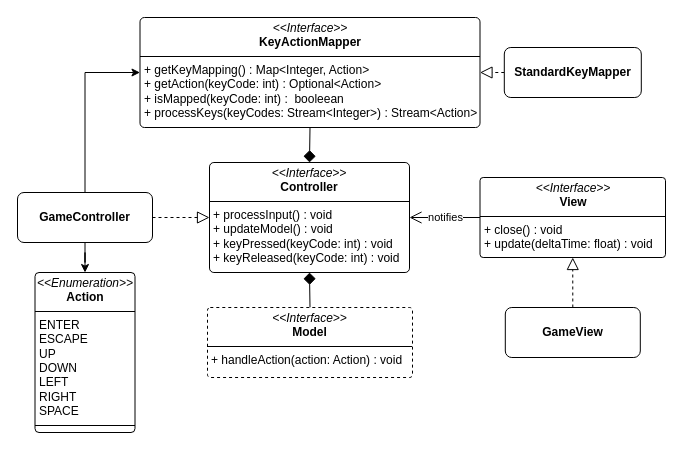
The draw.io diagram report/drawio/Command.drawio in unibo-oop-projects/OOP24-AlessandroRebosio-FilippoRicciotti-Grace-GraziaBochdanovits-RenovateBot-coffeBreak, before the edit. Source tidied: cells renumbered, new cells numbered last; positions are measured from the earlier drawing's top-left corner, leaving out a move shared by most shapes. Both pictures are drawn from the tidied source at 100%, with x=0, y=0 at pixel (17, 17).
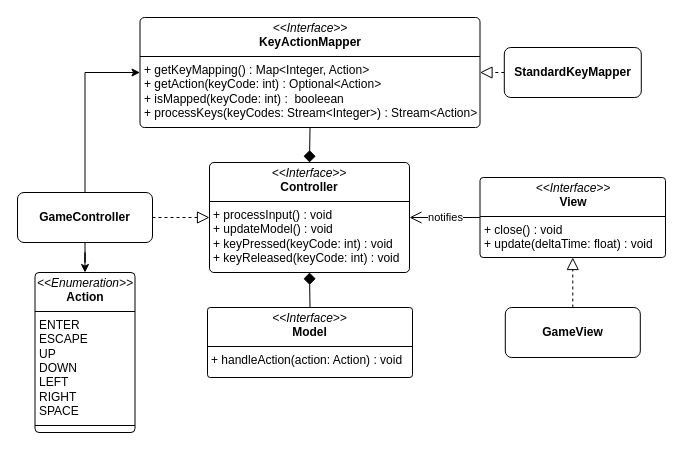
Above is the later version.

Change to the diagram source:
```diff
@@
 <mxGraphModel>
   <root>
     <mxCell id="0" />
     <mxCell id="1" parent="0" />
     <mxCell id="2" value="&lt;p style=&quot;margin:0px;margin-top:4px;text-align:center;&quot;&gt;&lt;i&gt;&amp;lt;&amp;lt;Interface&amp;gt;&amp;gt;&lt;/i&gt;&lt;br&gt;&lt;b&gt;Controller&lt;/b&gt;&lt;/p&gt;&lt;hr size=&quot;1&quot; style=&quot;border-style:solid;&quot;&gt;&lt;p style=&quot;margin:0px;margin-left:4px;&quot;&gt;+ processInput() : void&lt;/p&gt;&lt;p style=&quot;margin:0px;margin-left:4px;&quot;&gt;+ updateModel() : void&lt;/p&gt;&lt;p style=&quot;margin:0px;margin-left:4px;&quot;&gt;+ keyPressed(keyCode: int) : void&amp;nbsp;&lt;/p&gt;&lt;p style=&quot;margin:0px;margin-left:4px;&quot;&gt;+ keyReleased(keyCode: int) : void&lt;/p&gt;" style="verticalAlign=top;align=left;overflow=fill;html=1;whiteSpace=wrap;rounded=1;arcSize=4;" parent="1" vertex="1">
       <mxGeometry x="192" y="145" width="200" height="110" as="geometry" />
     </mxCell>
     <mxCell id="3" style="edgeStyle=orthogonalEdgeStyle;rounded=0;jettySize=auto;html=1;exitX=0.5;exitY=0;exitDx=0;exitDy=0;entryX=0.5;entryY=1;entryDx=0;entryDy=0;endArrow=diamond;endFill=1;endSize=10;" parent="1" edge="1" source="4" target="2">
       <mxGeometry relative="1" as="geometry" />
     </mxCell>
-    <mxCell id="4" value="&lt;p style=&quot;margin:0px;margin-top:4px;text-align:center;&quot;&gt;&lt;i&gt;&amp;lt;&amp;lt;Interface&amp;gt;&amp;gt;&lt;/i&gt;&lt;br&gt;&lt;b&gt;Model&lt;/b&gt;&lt;/p&gt;&lt;hr size=&quot;1&quot; style=&quot;border-style:solid;&quot;&gt;&lt;p style=&quot;margin:0px;margin-left:4px;&quot;&gt;&lt;font color=&quot;#000000&quot;&gt;&lt;span style=&quot;caret-color: rgb(0, 0, 0);&quot;&gt;+ handleAction(action: Action) : void&lt;/span&gt;&lt;/font&gt;&lt;/p&gt;" style="verticalAlign=top;align=left;overflow=fill;html=1;whiteSpace=wrap;rounded=1;arcSize=4;dashed=1;" parent="1" vertex="1">
+    <mxCell id="4" value="&lt;p style=&quot;margin:0px;margin-top:4px;text-align:center;&quot;&gt;&lt;i&gt;&amp;lt;&amp;lt;Interface&amp;gt;&amp;gt;&lt;/i&gt;&lt;br&gt;&lt;b&gt;Model&lt;/b&gt;&lt;/p&gt;&lt;hr size=&quot;1&quot; style=&quot;border-style:solid;&quot;&gt;&lt;p style=&quot;margin:0px;margin-left:4px;&quot;&gt;&lt;font color=&quot;#000000&quot;&gt;&lt;span style=&quot;caret-color: rgb(0, 0, 0);&quot;&gt;+ handleAction(action: Action) : void&lt;/span&gt;&lt;/font&gt;&lt;/p&gt;" style="verticalAlign=top;align=left;overflow=fill;html=1;whiteSpace=wrap;rounded=1;arcSize=4;" parent="1" vertex="1">
       <mxGeometry x="190" y="290" width="205" height="70" as="geometry" />
     </mxCell>
     <mxCell id="5" style="edgeStyle=orthogonalEdgeStyle;rounded=0;jettySize=auto;html=1;exitX=0.5;exitY=1;exitDx=0;exitDy=0;entryX=0.5;entryY=0;entryDx=0;entryDy=0;endSize=10;endArrow=diamond;endFill=1;" parent="1" edge="1" source="6" target="2">
       <mxGeometry relative="1" as="geometry" />
     </mxCell>
     <mxCell id="6" value="&lt;p style=&quot;margin:0px;margin-top:4px;text-align:center;&quot;&gt;&lt;i&gt;&amp;lt;&amp;lt;Interface&amp;gt;&amp;gt;&lt;/i&gt;&lt;br&gt;&lt;b&gt;KeyActionMapper&lt;/b&gt;&lt;/p&gt;&lt;hr size=&quot;1&quot; style=&quot;border-style:solid;&quot;&gt;&lt;p style=&quot;margin:0px;margin-left:4px;&quot;&gt;+ getKeyMapping() : Map&amp;lt;Integer, Action&amp;gt;&lt;/p&gt;&lt;p style=&quot;margin:0px;margin-left:4px;&quot;&gt;+ getAction(keyCode: int) : Optional&amp;lt;Action&amp;gt;&lt;/p&gt;&lt;p style=&quot;margin:0px;margin-left:4px;&quot;&gt;+ isMapped(keyCode: int) : &amp;nbsp;booleean&lt;/p&gt;&lt;p style=&quot;margin:0px;margin-left:4px;&quot;&gt;+ processKeys(keyCodes: Stream&amp;lt;Integer&amp;gt;) : Stream&amp;lt;Action&amp;gt;&lt;/p&gt;" style="verticalAlign=top;align=left;overflow=fill;html=1;whiteSpace=wrap;rounded=1;arcSize=4;" parent="1" vertex="1">
       <mxGeometry x="122.5" width="340" height="110" as="geometry" />
     </mxCell>
     <mxCell id="7" value="notifies" style="edgeStyle=orthogonalEdgeStyle;rounded=0;jettySize=auto;html=1;exitX=0;exitY=0.5;exitDx=0;exitDy=0;entryX=1;entryY=0.5;entryDx=0;entryDy=0;endArrow=open;endFill=0;endSize=10;" parent="1" edge="1" source="8" target="2">
       <mxGeometry relative="1" as="geometry" />
     </mxCell>
     <mxCell id="8" value="&lt;p style=&quot;margin:0px;margin-top:4px;text-align:center;&quot;&gt;&lt;i&gt;&amp;lt;&amp;lt;Interface&amp;gt;&amp;gt;&lt;/i&gt;&lt;br&gt;&lt;b&gt;View&lt;/b&gt;&lt;/p&gt;&lt;hr size=&quot;1&quot; style=&quot;border-style:solid;&quot;&gt;&lt;p style=&quot;margin:0px;margin-left:4px;&quot;&gt;&lt;span style=&quot;background-color: transparent; color: light-dark(rgb(0, 0, 0), rgb(255, 255, 255));&quot;&gt;+ close() : void&lt;/span&gt;&lt;/p&gt;&lt;p style=&quot;margin:0px;margin-left:4px;&quot;&gt;&lt;span style=&quot;background-color: transparent; color: light-dark(rgb(0, 0, 0), rgb(255, 255, 255));&quot;&gt;+ update(deltaTime: float) : void&lt;/span&gt;&lt;/p&gt;" style="verticalAlign=top;align=left;overflow=fill;html=1;whiteSpace=wrap;rounded=1;arcSize=4;" parent="1" vertex="1">
       <mxGeometry x="462.5" y="160" width="185.5" height="80" as="geometry" />
     </mxCell>
     <mxCell id="9" style="edgeStyle=orthogonalEdgeStyle;rounded=0;jettySize=auto;html=1;exitX=0.5;exitY=0;exitDx=0;exitDy=0;entryX=0.5;entryY=1;entryDx=0;entryDy=0;endArrow=block;endFill=0;endSize=10;dashed=1;" parent="1" edge="1" source="10" target="8">
       <mxGeometry relative="1" as="geometry" />
     </mxCell>
     <mxCell id="10" value="&lt;p style=&quot;margin:0px;margin-top:4px;text-align:center;&quot;&gt;&lt;br&gt;&lt;b&gt;GameView&lt;/b&gt;&lt;/p&gt;&lt;p style=&quot;margin:0px;margin-top:4px;text-align:center;&quot;&gt;&lt;b&gt;&lt;br&gt;&lt;/b&gt;&lt;/p&gt;" style="verticalAlign=top;align=left;overflow=fill;html=1;whiteSpace=wrap;rounded=1;arcSize=13;" parent="1" vertex="1">
       <mxGeometry x="487.8" y="290" width="135" height="50" as="geometry" />
     </mxCell>
     <mxCell id="11" value="&lt;p style=&quot;margin:0px;margin-top:4px;text-align:center;&quot;&gt;&lt;i&gt;&amp;lt;&amp;lt;Enumeration&amp;gt;&amp;gt;&lt;/i&gt;&lt;br&gt;&lt;b&gt;Action&lt;/b&gt;&lt;/p&gt;&lt;hr size=&quot;1&quot; style=&quot;border-style:solid;&quot;&gt;&lt;p style=&quot;margin:0px;margin-left:4px;&quot;&gt;ENTER&lt;/p&gt;&lt;p style=&quot;margin:0px;margin-left:4px;&quot;&gt;ESCAPE&lt;/p&gt;&lt;p style=&quot;margin:0px;margin-left:4px;&quot;&gt;UP&lt;/p&gt;&lt;p style=&quot;margin:0px;margin-left:4px;&quot;&gt;DOWN&lt;/p&gt;&lt;p style=&quot;margin:0px;margin-left:4px;&quot;&gt;LEFT&lt;/p&gt;&lt;p style=&quot;margin:0px;margin-left:4px;&quot;&gt;RIGHT&lt;/p&gt;&lt;p style=&quot;margin:0px;margin-left:4px;&quot;&gt;SPACE&lt;/p&gt;&lt;hr size=&quot;1&quot; style=&quot;border-style:solid;&quot;&gt;&lt;p style=&quot;margin:0px;margin-left:4px;&quot;&gt;&lt;br&gt;&lt;/p&gt;" style="verticalAlign=top;align=left;overflow=fill;html=1;whiteSpace=wrap;rounded=1;arcSize=4;" parent="1" vertex="1">
       <mxGeometry x="17.5" y="255" width="100" height="160" as="geometry" />
     </mxCell>
     <mxCell id="12" style="edgeStyle=orthogonalEdgeStyle;rounded=0;jettySize=auto;html=1;exitX=1;exitY=0.5;exitDx=0;exitDy=0;entryX=0;entryY=0.5;entryDx=0;entryDy=0;endArrow=block;endFill=0;endSize=10;dashed=1;" parent="1" edge="1" source="15" target="2">
       <mxGeometry relative="1" as="geometry" />
     </mxCell>
     <mxCell id="13" style="edgeStyle=orthogonalEdgeStyle;rounded=0;jettySize=auto;html=1;exitX=0.5;exitY=0;exitDx=0;exitDy=0;entryX=0;entryY=0.5;entryDx=0;entryDy=0;" parent="1" edge="1" source="15" target="6">
       <mxGeometry relative="1" as="geometry" />
     </mxCell>
     <mxCell id="14" style="edgeStyle=orthogonalEdgeStyle;rounded=0;jettySize=auto;html=1;exitX=0.5;exitY=1;exitDx=0;exitDy=0;" parent="1" edge="1" source="15" target="11">
       <mxGeometry relative="1" as="geometry" />
     </mxCell>
     <mxCell id="15" value="&lt;p style=&quot;margin:0px;margin-top:4px;text-align:center;&quot;&gt;&lt;br&gt;&lt;b&gt;GameController&lt;/b&gt;&lt;/p&gt;&lt;p style=&quot;margin:0px;margin-top:4px;text-align:center;&quot;&gt;&lt;b&gt;&lt;br&gt;&lt;/b&gt;&lt;/p&gt;" style="verticalAlign=top;align=left;overflow=fill;html=1;whiteSpace=wrap;rounded=1;arcSize=13;" parent="1" vertex="1">
       <mxGeometry y="175" width="135" height="50" as="geometry" />
     </mxCell>
     <mxCell id="16" style="edgeStyle=none;html=1;exitX=0;exitY=0.5;exitDx=0;exitDy=0;entryX=1;entryY=0.5;entryDx=0;entryDy=0;endSize=10;endArrow=block;endFill=0;dashed=1;" parent="1" edge="1" source="17" target="6">
       <mxGeometry relative="1" as="geometry" />
     </mxCell>
     <mxCell id="17" value="&lt;p style=&quot;margin:0px;margin-top:4px;text-align:center;&quot;&gt;&lt;br&gt;&lt;b&gt;StandardKeyMapper&lt;/b&gt;&lt;/p&gt;" style="verticalAlign=top;align=left;overflow=fill;html=1;whiteSpace=wrap;rounded=1;arcSize=13;" parent="1" vertex="1">
       <mxGeometry x="486.8" y="30" width="137" height="50" as="geometry" />
     </mxCell>
   </root>
 </mxGraphModel>
```
